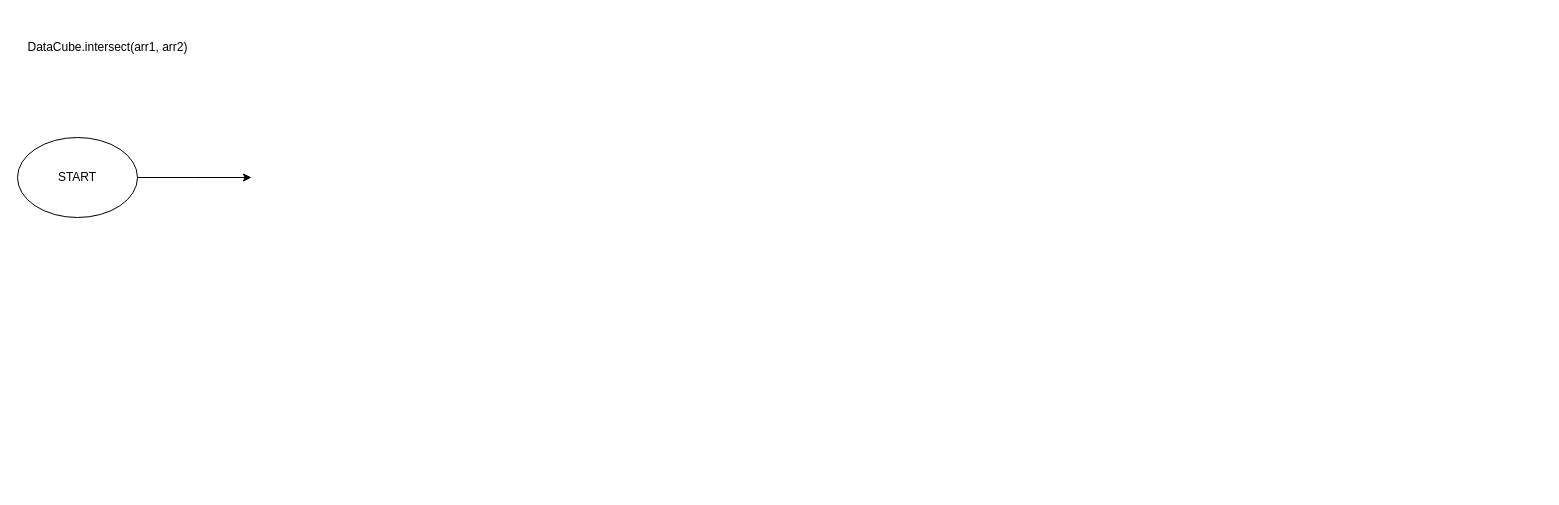
Above: page "DataCube.intersect(arr1, arr2)" (11 of 13) of project 3/Project_3.drawio in Blaldas/Data-Cube-ID-Reduction (draw.io), before the change. Source tidied: cells renumbered, new cells numbered last; positions are measured from the earlier drawing's top-left corner, leaving out a move shared by most shapes. Both pictures are drawn from the tidied source at 100%, with x=0, y=0 at pixel (17, 37).
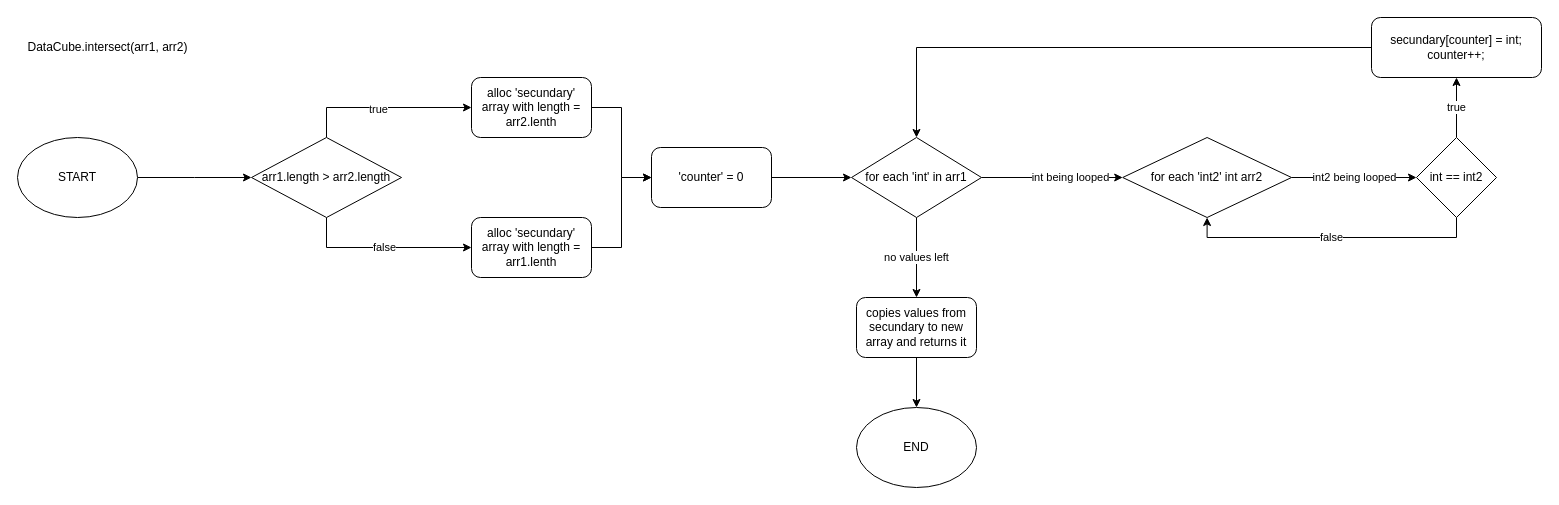
The same page after the edit.

Diff of the diagram source:
```diff
@@
+    <mxCell id="5" style="edgeStyle=orthogonalEdgeStyle;rounded=0;jettySize=auto;html=1;exitX=0.5;exitY=0;exitDx=0;exitDy=0;entryX=0;entryY=0.5;entryDx=0;entryDy=0;" parent="1" edge="1" source="8" target="10">
+      <mxGeometry relative="1" as="geometry">
+        <Array as="points">
+          <mxPoint x="309" y="70" />
+        </Array>
+      </mxGeometry>
+    </mxCell>
+    <mxCell id="6" value="true" style="edgeLabel;html=1;align=center;verticalAlign=middle;" parent="5" vertex="1">
+      <mxGeometry x="-0.08" y="-1" relative="1" as="geometry" />
+    </mxCell>
+    <mxCell id="7" value="false" style="edgeStyle=orthogonalEdgeStyle;rounded=0;jettySize=auto;html=1;entryX=0;entryY=0.5;entryDx=0;entryDy=0;exitX=0.5;exitY=1;exitDx=0;exitDy=0;" parent="1" edge="1" source="8" target="12">
+      <mxGeometry relative="1" as="geometry" />
+    </mxCell>
+    <mxCell id="8" value="arr1.length &amp;gt; arr2.length" style="rhombus;whiteSpace=wrap;html=1;" parent="1" vertex="1">
+      <mxGeometry x="234" y="100" width="150" height="80" as="geometry" />
+    </mxCell>
+    <mxCell id="9" style="edgeStyle=orthogonalEdgeStyle;rounded=0;jettySize=auto;html=1;entryX=0;entryY=0.5;entryDx=0;entryDy=0;" parent="1" edge="1" source="10" target="14">
+      <mxGeometry relative="1" as="geometry" />
+    </mxCell>
+    <mxCell id="10" value="alloc 'secundary' array with length = arr2.lenth" style="rounded=1;whiteSpace=wrap;html=1;" parent="1" vertex="1">
+      <mxGeometry x="454" y="40" width="120" height="60" as="geometry" />
+    </mxCell>
+    <mxCell id="11" style="edgeStyle=orthogonalEdgeStyle;rounded=0;jettySize=auto;html=1;entryX=0;entryY=0.5;entryDx=0;entryDy=0;" parent="1" edge="1" source="12" target="14">
+      <mxGeometry relative="1" as="geometry" />
+    </mxCell>
+    <mxCell id="12" value="alloc 'secundary' array with length = arr1.lenth" style="rounded=1;whiteSpace=wrap;html=1;" parent="1" vertex="1">
+      <mxGeometry x="454" y="180" width="120" height="60" as="geometry" />
+    </mxCell>
+    <mxCell id="13" style="edgeStyle=orthogonalEdgeStyle;rounded=0;jettySize=auto;html=1;" parent="1" edge="1" source="14" target="17">
+      <mxGeometry relative="1" as="geometry" />
+    </mxCell>
+    <mxCell id="14" value="'counter' = 0" style="rounded=1;whiteSpace=wrap;html=1;" parent="1" vertex="1">
+      <mxGeometry x="634" y="110" width="120" height="60" as="geometry" />
+    </mxCell>
+    <mxCell id="15" value="int being looped" style="edgeStyle=orthogonalEdgeStyle;rounded=0;jettySize=auto;html=1;" parent="1" edge="1" source="17" target="19">
+      <mxGeometry x="0.28" relative="1" as="geometry">
+        <mxPoint x="-1" as="offset" />
+      </mxGeometry>
+    </mxCell>
+    <mxCell id="16" value="no values left" style="edgeStyle=orthogonalEdgeStyle;rounded=0;jettySize=auto;html=1;" parent="1" edge="1" source="17" target="26">
+      <mxGeometry relative="1" as="geometry" />
+    </mxCell>
+    <mxCell id="17" value="for each 'int' in arr1" style="rhombus;whiteSpace=wrap;html=1;" parent="1" vertex="1">
+      <mxGeometry x="834" y="100" width="130" height="80" as="geometry" />
+    </mxCell>
+    <mxCell id="18" value="int2 being looped" style="edgeStyle=orthogonalEdgeStyle;rounded=0;jettySize=auto;html=1;" parent="1" edge="1" source="19" target="22">
+      <mxGeometry relative="1" as="geometry" />
+    </mxCell>
+    <mxCell id="19" value="for each 'int2' int arr2" style="rhombus;whiteSpace=wrap;html=1;" parent="1" vertex="1">
+      <mxGeometry x="1105.2" y="100" width="168.8" height="80" as="geometry" />
+    </mxCell>
+    <mxCell id="20" value="false" style="edgeStyle=orthogonalEdgeStyle;rounded=0;jettySize=auto;html=1;entryX=0.5;entryY=1;entryDx=0;entryDy=0;exitX=0.5;exitY=1;exitDx=0;exitDy=0;" parent="1" edge="1" source="22" target="19">
+      <mxGeometry relative="1" as="geometry" />
+    </mxCell>
+    <mxCell id="21" value="true" style="edgeStyle=orthogonalEdgeStyle;rounded=0;jettySize=auto;html=1;" parent="1" edge="1" source="22" target="24">
+      <mxGeometry relative="1" as="geometry" />
+    </mxCell>
+    <mxCell id="22" value="int == int2" style="rhombus;whiteSpace=wrap;html=1;" parent="1" vertex="1">
+      <mxGeometry x="1399" y="100" width="80" height="80" as="geometry" />
+    </mxCell>
+    <mxCell id="23" style="edgeStyle=orthogonalEdgeStyle;rounded=0;jettySize=auto;html=1;entryX=0.5;entryY=0;entryDx=0;entryDy=0;" parent="1" edge="1" source="24" target="17">
+      <mxGeometry relative="1" as="geometry" />
+    </mxCell>
+    <mxCell id="24" value="secundary[counter] = int;&lt;br&gt;counter++;&lt;br&gt;" style="rounded=1;whiteSpace=wrap;html=1;" parent="1" vertex="1">
+      <mxGeometry x="1354" y="-20" width="170" height="60" as="geometry" />
+    </mxCell>
+    <mxCell id="25" style="edgeStyle=orthogonalEdgeStyle;rounded=0;jettySize=auto;html=1;" parent="1" edge="1" source="26" target="27">
+      <mxGeometry relative="1" as="geometry" />
+    </mxCell>
+    <mxCell id="26" value="copies values from secundary to new array and returns it" style="rounded=1;whiteSpace=wrap;html=1;" parent="1" vertex="1">
+      <mxGeometry x="839" y="260" width="120" height="60" as="geometry" />
+    </mxCell>
+    <mxCell id="27" value="END" style="ellipse;whiteSpace=wrap;html=1;" parent="1" vertex="1">
+      <mxGeometry x="839" y="370" width="120" height="80" as="geometry" />
+    </mxCell>
```
